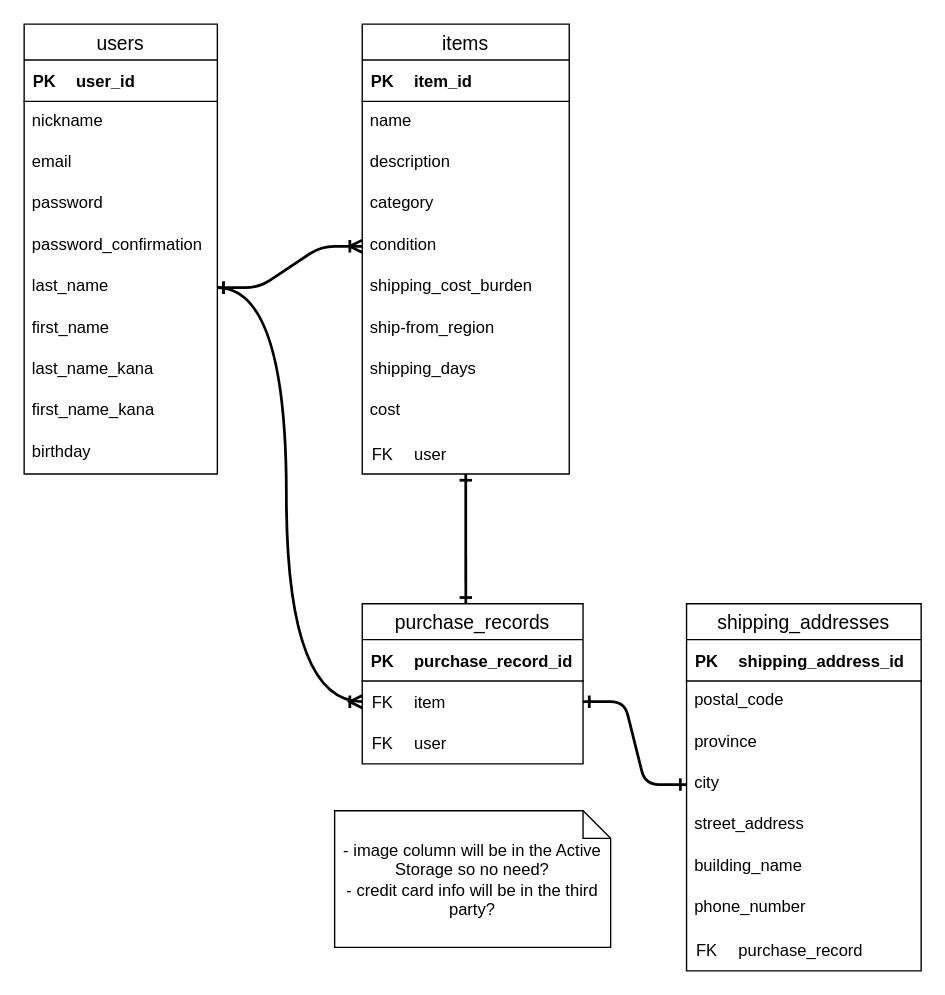
The draw.io diagram furima.dio in ryohei8/Furima, before the edit. Source tidied: cells renumbered, new cells numbered last; positions are measured from the earlier drawing's top-left corner, leaving out a move shared by most shapes. Both pictures are drawn from the tidied source at 138%, with x=0, y=0 at pixel (23, 23).
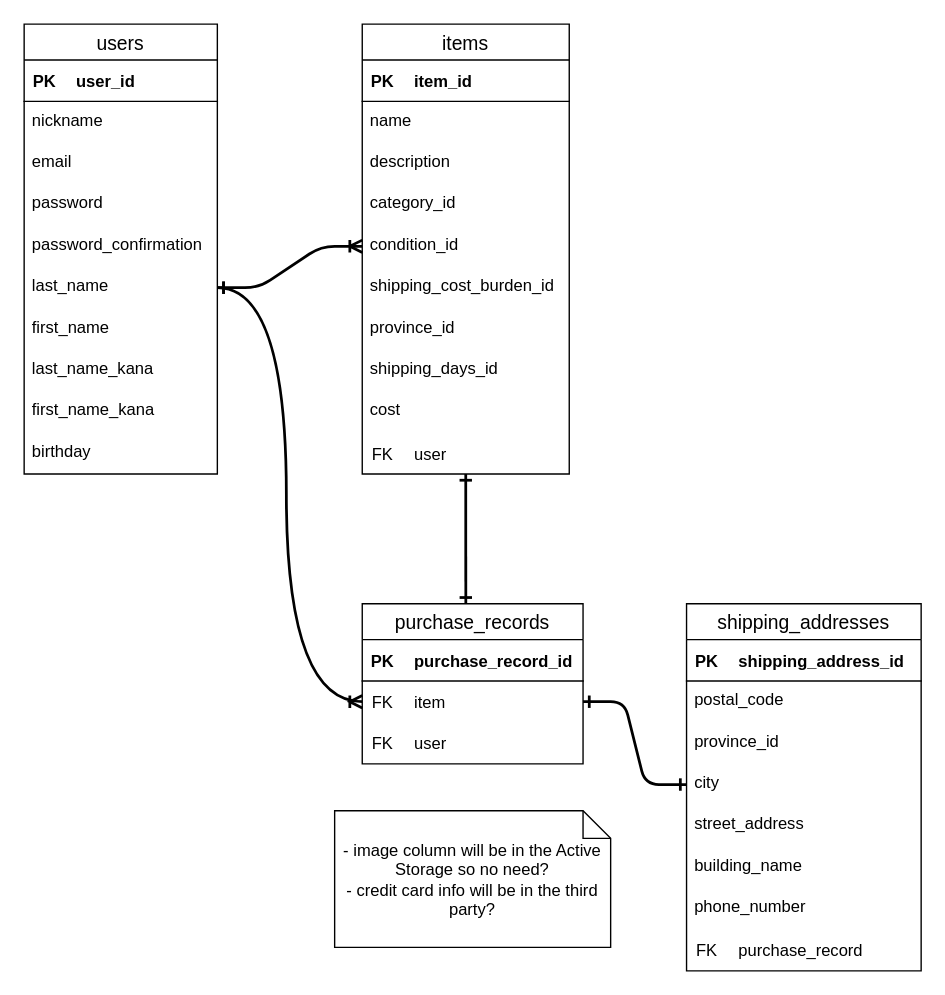
Above is the later version.

Commit message (it also covers changes not shown here):
fix feedbacks for db design

The change refers to these unchanged cells:
```xml
<mxCell id="16" value="items" style="swimlane;fontStyle=0;horizontal=1;startSize=26;align=center;fontSize=14;" parent="1" vertex="1">
  <mxGeometry x="245" width="150" height="326" as="geometry" />
</mxCell>
<mxCell id="48" value="shipping_addresses" style="swimlane;fontStyle=0;horizontal=1;startSize=26;align=center;fontSize=14;" parent="1" vertex="1">
  <mxGeometry x="480" y="420" width="170" height="266" as="geometry" />
</mxCell>
```

The edit, as a diff of the source:
```diff
@@
-    <mxCell id="23" value="category" style="text;strokeColor=none;fillColor=none;spacingLeft=4;spacingRight=4;overflow=hidden;fontSize=12;" parent="16" vertex="1">
+    <mxCell id="23" value="category_id" style="text;strokeColor=none;fillColor=none;spacingLeft=4;spacingRight=4;overflow=hidden;fontSize=12;" parent="16" vertex="1">
       <mxGeometry y="116" width="150" height="30" as="geometry" />
     </mxCell>
-    <mxCell id="24" value="condition" style="text;strokeColor=none;fillColor=none;spacingLeft=4;spacingRight=4;overflow=hidden;points=[[0,0.5],[1,0.5]];portConstraint=eastwest;fontSize=12;" parent="16" vertex="1">
+    <mxCell id="24" value="condition_id" style="text;strokeColor=none;fillColor=none;spacingLeft=4;spacingRight=4;overflow=hidden;points=[[0,0.5],[1,0.5]];portConstraint=eastwest;fontSize=12;" parent="16" vertex="1">
       <mxGeometry y="146" width="150" height="30" as="geometry" />
     </mxCell>
-    <mxCell id="25" value="shipping_cost_burden" style="text;strokeColor=none;fillColor=none;spacingLeft=4;spacingRight=4;overflow=hidden;fontSize=12;" parent="16" vertex="1">
+    <mxCell id="25" value="shipping_cost_burden_id" style="text;strokeColor=none;fillColor=none;spacingLeft=4;spacingRight=4;overflow=hidden;fontSize=12;" parent="16" vertex="1">
       <mxGeometry y="176" width="150" height="30" as="geometry" />
     </mxCell>
-    <mxCell id="26" value="ship-from_region" style="text;strokeColor=none;fillColor=none;spacingLeft=4;spacingRight=4;overflow=hidden;fontSize=12;" parent="16" vertex="1">
+    <mxCell id="26" value="province_id" style="text;strokeColor=none;fillColor=none;spacingLeft=4;spacingRight=4;overflow=hidden;fontSize=12;" parent="16" vertex="1">
       <mxGeometry y="206" width="150" height="30" as="geometry" />
     </mxCell>
-    <mxCell id="27" value="shipping_days" style="text;strokeColor=none;fillColor=none;spacingLeft=4;spacingRight=4;overflow=hidden;fontSize=12;" parent="16" vertex="1">
+    <mxCell id="27" value="shipping_days_id" style="text;strokeColor=none;fillColor=none;spacingLeft=4;spacingRight=4;overflow=hidden;fontSize=12;" parent="16" vertex="1">
       <mxGeometry y="236" width="150" height="30" as="geometry" />
     </mxCell>
@@
-    <mxCell id="54" value="province" style="text;strokeColor=none;fillColor=none;spacingLeft=4;spacingRight=4;overflow=hidden;fontSize=12;" parent="48" vertex="1">
+    <mxCell id="54" value="province_id" style="text;strokeColor=none;fillColor=none;spacingLeft=4;spacingRight=4;overflow=hidden;fontSize=12;" parent="48" vertex="1">
       <mxGeometry y="86" width="170" height="30" as="geometry" />
     </mxCell>
```
